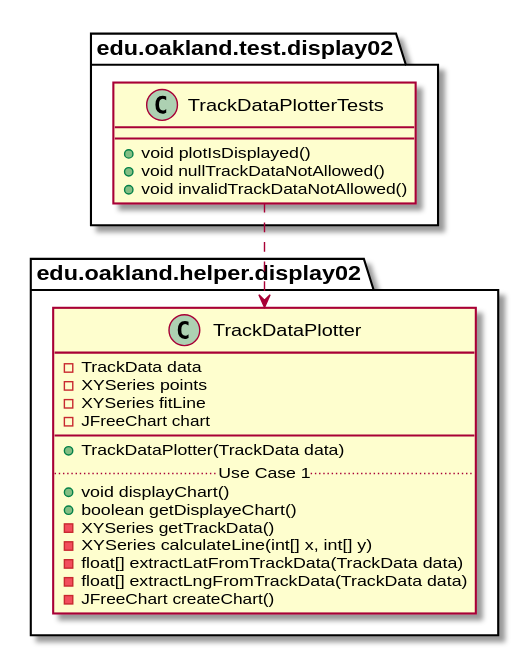
This is docs/uml-class-diagrams/display02/test/TrackDataPlotterTests/TrackDataPlotterTests_DirectDependencies.svg from andrewdimmer/csi-3370-software-project, a PlantUML export, as it was before one commit. Its diagram source:
```plantuml
@startuml TrackDataPlotterTests_DirectDependencies


package edu.oakland.test.display02 {
    class TrackDataPlotterTests {
        + void plotIsDisplayed()
        + void nullTrackDataNotAllowed()
        + void invalidTrackDataNotAllowed()
    }
}



package edu.oakland.helper.display02 {
    class TrackDataPlotter {
        - TrackData data
        - XYSeries points
        - XYSeries fitLine
        - JFreeChart chart
        __
        + TrackDataPlotter(TrackData data)
        .. Use Case 1 ..
        + void displayChart()
        + boolean getDisplayeChart()
        - XYSeries getTrackData()
        - XYSeries calculateLine(int[] x, int[] y)
        - float[] extractLatFromTrackData(TrackData data)
        - float[] extractLngFromTrackData(TrackData data)
        - JFreeChart createChart()
    }
}

TrackDataPlotterTests ..> TrackDataPlotter



@enduml
```
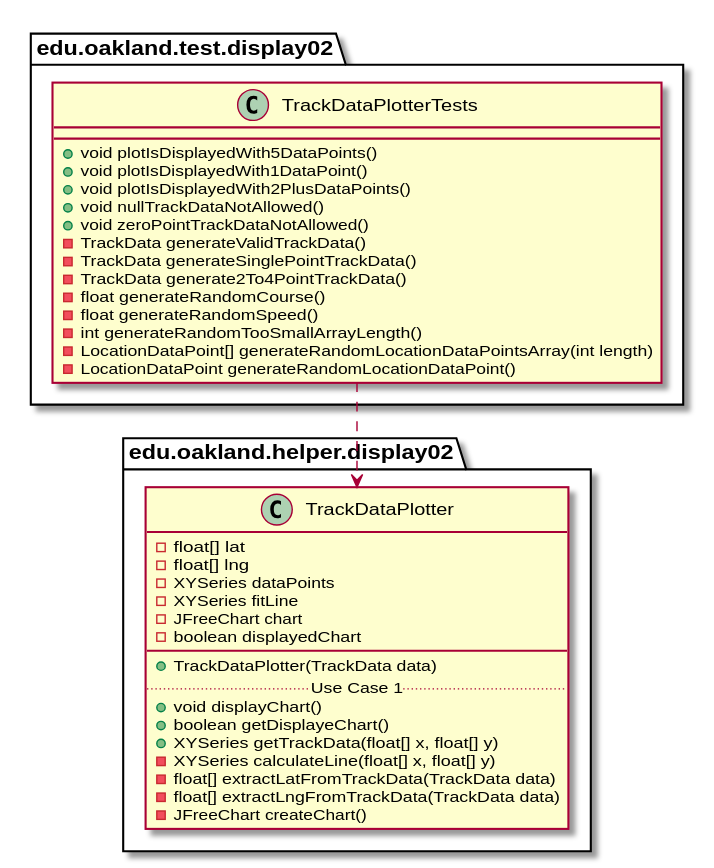
After the change.

Diff of the diagram source:
```diff
@@ -3,9 +3,20 @@
 
 package edu.oakland.test.display02 {
     class TrackDataPlotterTests {
-        + void plotIsDisplayed()
+        + void plotIsDisplayedWith5DataPoints()
+        + void plotIsDisplayedWith1DataPoint()
+        + void plotIsDisplayedWith2PlusDataPoints()
         + void nullTrackDataNotAllowed()
-        + void invalidTrackDataNotAllowed()
+        + void zeroPointTrackDataNotAllowed()
+        - TrackData generateValidTrackData()
+        - TrackData generateSinglePointTrackData()
+        - TrackData generate2To4PointTrackData()
+        - float generateRandomCourse()
+        - float generateRandomSpeed()
+        - int generateRandomTooSmallArrayLength()
+        - LocationDataPoint[] generateRandomLocationDataPointsArray(int length)
+        - LocationDataPoint generateRandomLocationDataPoint()
+
     }
 }
 
@@ -13,17 +24,19 @@
 
 package edu.oakland.helper.display02 {
     class TrackDataPlotter {
-        - TrackData data
-        - XYSeries points
+        - float[] lat
+        - float[] lng
+        - XYSeries dataPoints
         - XYSeries fitLine
         - JFreeChart chart
+        - boolean displayedChart
         __
         + TrackDataPlotter(TrackData data)
         .. Use Case 1 ..
         + void displayChart()
         + boolean getDisplayeChart()
-        - XYSeries getTrackData()
-        - XYSeries calculateLine(int[] x, int[] y)
+        + XYSeries getTrackData(float[] x, float[] y)
+        - XYSeries calculateLine(float[] x, float[] y)
         - float[] extractLatFromTrackData(TrackData data)
         - float[] extractLngFromTrackData(TrackData data)
         - JFreeChart createChart()
```
